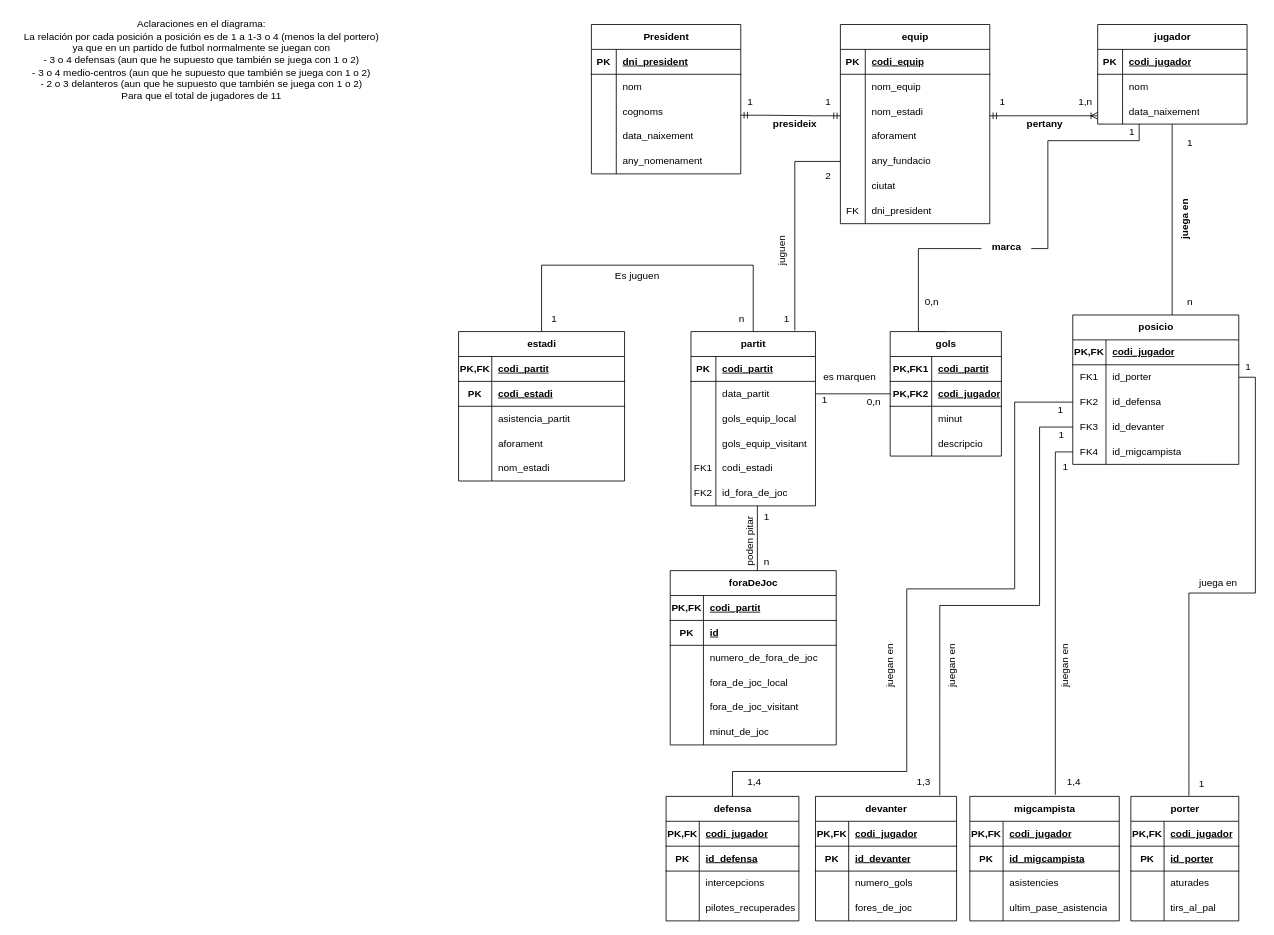
The draw.io diagram M02_RA6.drawio in victor06-git/base_de_dades, before the edit. Source tidied: cells renumbered, new cells numbered last; positions are measured from the earlier drawing's top-left corner, leaving out a move shared by most shapes. Both pictures are drawn from the tidied source at 83%, with x=0, y=0 at pixel (14, 14).
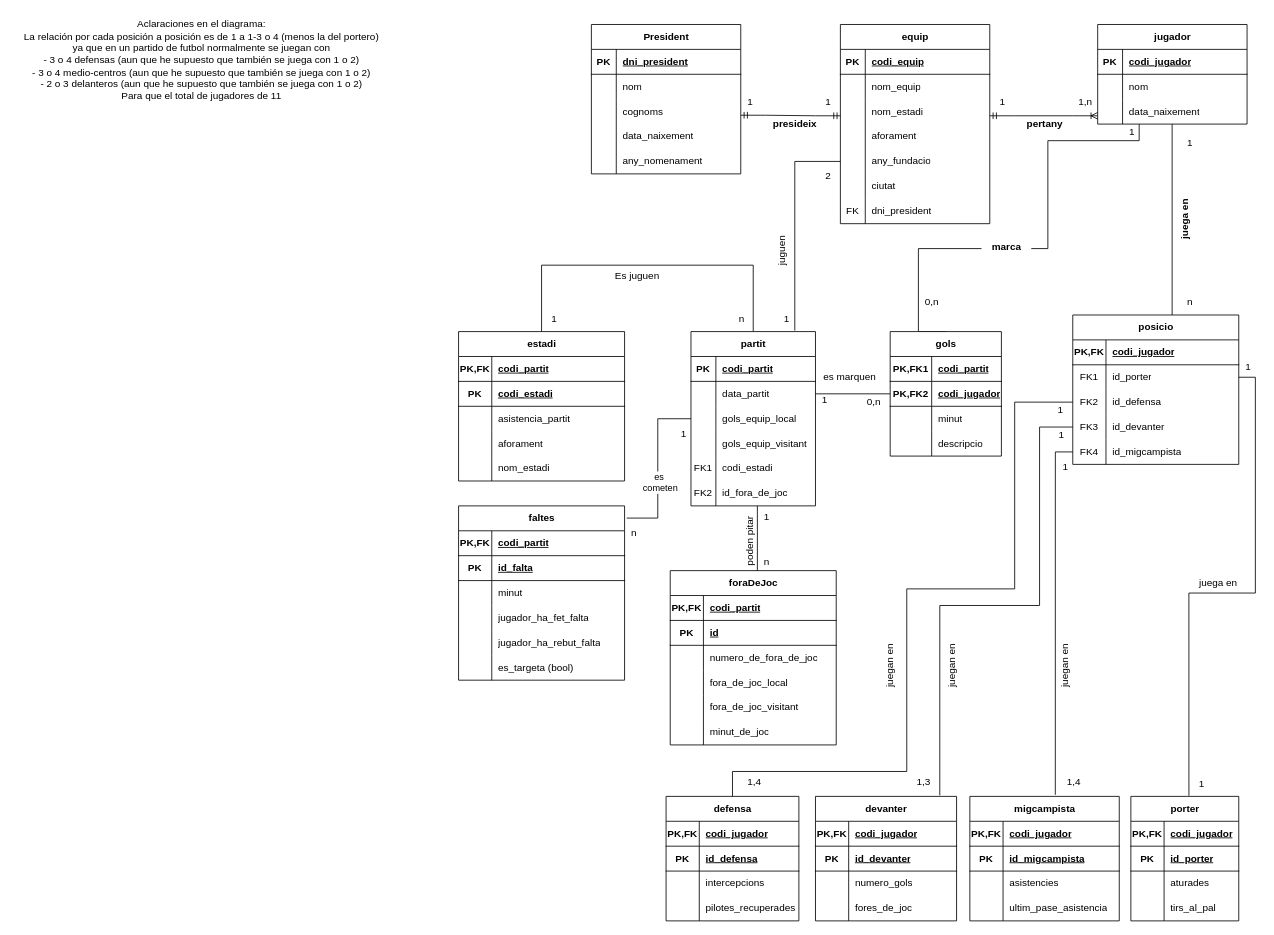
Above is the later version.

Unchanged cells that the change refers to:
```xml
<mxCell id="69" value="partit" style="shape=table;startSize=30;childLayout=tableLayout;rowLines=0;fontStyle=1;align=center;html=1;" parent="1" vertex="1">
  <mxGeometry x="815" y="382" width="150" height="210" as="geometry" />
</mxCell>
```

What changed in the source:
```diff
@@
+    <mxCell id="235" value="faltes" style="shape=table;startSize=30;childLayout=tableLayout;rowLines=0;fontStyle=1;align=center;html=1;" parent="1" vertex="1">
+      <mxGeometry x="535" y="592" width="200" height="210" as="geometry" />
+    </mxCell>
+    <mxCell id="236" style="shape=tableRow;horizontal=0;startSize=0;swimlaneHead=0;swimlaneBody=0;fillColor=none;top=0;left=0;right=0;bottom=1;" parent="235" vertex="1">
+      <mxGeometry y="30" width="200" height="30" as="geometry" />
+    </mxCell>
+    <mxCell id="237" value="PK,FK" style="shape=partialRectangle;fillColor=none;top=0;left=0;bottom=0;right=0;fontStyle=1;overflow=hidden;whiteSpace=wrap;html=1;" parent="236" vertex="1">
+      <mxGeometry width="40" height="30" as="geometry" />
+    </mxCell>
+    <mxCell id="238" value="codi_partit" style="shape=partialRectangle;fillColor=none;top=0;left=0;bottom=0;right=0;align=left;spacingLeft=6;fontStyle=5;overflow=hidden;whiteSpace=wrap;html=1;" parent="236" vertex="1">
+      <mxGeometry x="40" width="160" height="30" as="geometry" />
+    </mxCell>
+    <mxCell id="239" style="shape=tableRow;horizontal=0;startSize=0;swimlaneHead=0;swimlaneBody=0;fillColor=none;top=0;left=0;right=0;bottom=1;" parent="235" vertex="1">
+      <mxGeometry y="60" width="200" height="30" as="geometry" />
+    </mxCell>
+    <mxCell id="240" value="PK" style="shape=partialRectangle;fillColor=none;top=0;left=0;bottom=0;right=0;fontStyle=1;overflow=hidden;whiteSpace=wrap;html=1;" parent="239" vertex="1">
+      <mxGeometry width="40" height="30" as="geometry" />
+    </mxCell>
+    <mxCell id="241" value="id_falta" style="shape=partialRectangle;fillColor=none;top=0;left=0;bottom=0;right=0;align=left;spacingLeft=6;fontStyle=5;overflow=hidden;whiteSpace=wrap;html=1;" parent="239" vertex="1">
+      <mxGeometry x="40" width="160" height="30" as="geometry" />
+    </mxCell>
+    <mxCell id="242" style="shape=tableRow;horizontal=0;startSize=0;swimlaneHead=0;swimlaneBody=0;fillColor=none;top=0;left=0;right=0;bottom=0;" parent="235" vertex="1">
+      <mxGeometry y="90" width="200" height="30" as="geometry" />
+    </mxCell>
+    <mxCell id="243" style="shape=partialRectangle;fillColor=none;top=0;left=0;bottom=0;right=0;overflow=hidden;whiteSpace=wrap;html=1;" parent="242" vertex="1">
+      <mxGeometry width="40" height="30" as="geometry" />
+    </mxCell>
+    <mxCell id="244" value="minut" style="shape=partialRectangle;fillColor=none;top=0;left=0;bottom=0;right=0;align=left;spacingLeft=6;overflow=hidden;whiteSpace=wrap;html=1;" parent="242" vertex="1">
+      <mxGeometry x="40" width="160" height="30" as="geometry" />
+    </mxCell>
+    <mxCell id="245" style="shape=tableRow;horizontal=0;startSize=0;swimlaneHead=0;swimlaneBody=0;fillColor=none;top=0;left=0;right=0;bottom=0;" parent="235" vertex="1">
+      <mxGeometry y="120" width="200" height="30" as="geometry" />
+    </mxCell>
+    <mxCell id="246" style="shape=partialRectangle;fillColor=none;top=0;left=0;bottom=0;right=0;overflow=hidden;whiteSpace=wrap;html=1;" parent="245" vertex="1">
+      <mxGeometry width="40" height="30" as="geometry" />
+    </mxCell>
+    <mxCell id="247" value="jugador_ha_fet_falta" style="shape=partialRectangle;fillColor=none;top=0;left=0;bottom=0;right=0;align=left;spacingLeft=6;overflow=hidden;whiteSpace=wrap;html=1;" parent="245" vertex="1">
+      <mxGeometry x="40" width="160" height="30" as="geometry" />
+    </mxCell>
+    <mxCell id="248" style="shape=tableRow;horizontal=0;startSize=0;swimlaneHead=0;swimlaneBody=0;fillColor=none;top=0;left=0;right=0;bottom=0;" parent="235" vertex="1">
+      <mxGeometry y="150" width="200" height="30" as="geometry" />
+    </mxCell>
+    <mxCell id="249" style="shape=partialRectangle;fillColor=none;top=0;left=0;bottom=0;right=0;overflow=hidden;whiteSpace=wrap;html=1;" parent="248" vertex="1">
+      <mxGeometry width="40" height="30" as="geometry" />
+    </mxCell>
+    <mxCell id="250" value="jugador_ha_rebut_falta" style="shape=partialRectangle;fillColor=none;top=0;left=0;bottom=0;right=0;align=left;spacingLeft=6;overflow=hidden;whiteSpace=wrap;html=1;" parent="248" vertex="1">
+      <mxGeometry x="40" width="160" height="30" as="geometry" />
+    </mxCell>
+    <mxCell id="251" style="shape=tableRow;horizontal=0;startSize=0;swimlaneHead=0;swimlaneBody=0;fillColor=none;top=0;left=0;right=0;bottom=0;" parent="235" vertex="1">
+      <mxGeometry y="180" width="200" height="30" as="geometry" />
+    </mxCell>
+    <mxCell id="252" style="shape=partialRectangle;fillColor=none;top=0;left=0;bottom=0;right=0;overflow=hidden;whiteSpace=wrap;html=1;" parent="251" vertex="1">
+      <mxGeometry width="40" height="30" as="geometry" />
+    </mxCell>
+    <mxCell id="253" value="es_targeta (bool)" style="shape=partialRectangle;fillColor=none;top=0;left=0;bottom=0;right=0;align=left;spacingLeft=6;overflow=hidden;whiteSpace=wrap;html=1;" parent="251" vertex="1">
+      <mxGeometry x="40" width="160" height="30" as="geometry" />
+    </mxCell>
+    <mxCell id="254" style="edgeStyle=orthogonalEdgeStyle;rounded=0;jettySize=auto;html=1;entryX=1.013;entryY=0.07;entryDx=0;entryDy=0;entryPerimeter=0;endArrow=none;endFill=0;" parent="1" edge="1" source="69" target="235">
+      <mxGeometry relative="1" as="geometry" />
+    </mxCell>
+    <mxCell id="255" value="&lt;div&gt;es&amp;nbsp;&lt;/div&gt;&lt;div&gt;cometen&lt;/div&gt;" style="edgeLabel;html=1;align=center;verticalAlign=middle;" parent="254" vertex="1">
+      <mxGeometry x="0.18" y="2" relative="1" as="geometry" />
+    </mxCell>
+    <mxCell id="256" value="1" style="text;html=1;align=center;verticalAlign=middle;strokeColor=none;fillColor=none;" parent="1" vertex="1">
+      <mxGeometry x="791" y="490" width="30" height="30" as="geometry" />
+    </mxCell>
+    <mxCell id="257" value="n" style="text;html=1;align=center;verticalAlign=middle;strokeColor=none;fillColor=none;" parent="1" vertex="1">
+      <mxGeometry x="731" y="610" width="30" height="30" as="geometry" />
+    </mxCell>
```
